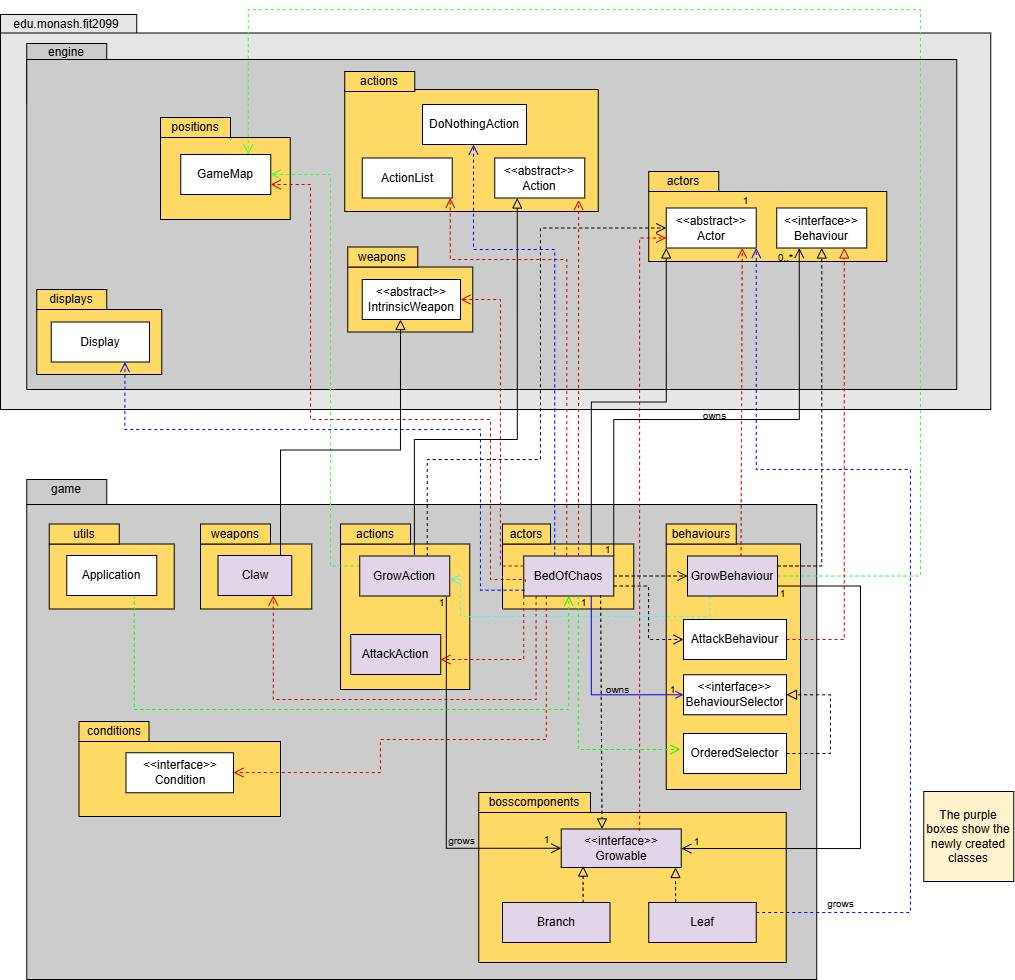
Before: docs/design/assignment3/Req2/A3_REQ2_UML.png, a diagram exported from draw.io (karmay-ong/Elden_Ring_Game). Source tidied: cells renumbered, new cells last; positions are measured from the earlier drawing's top-left corner, leaving out a move shared by most shapes.
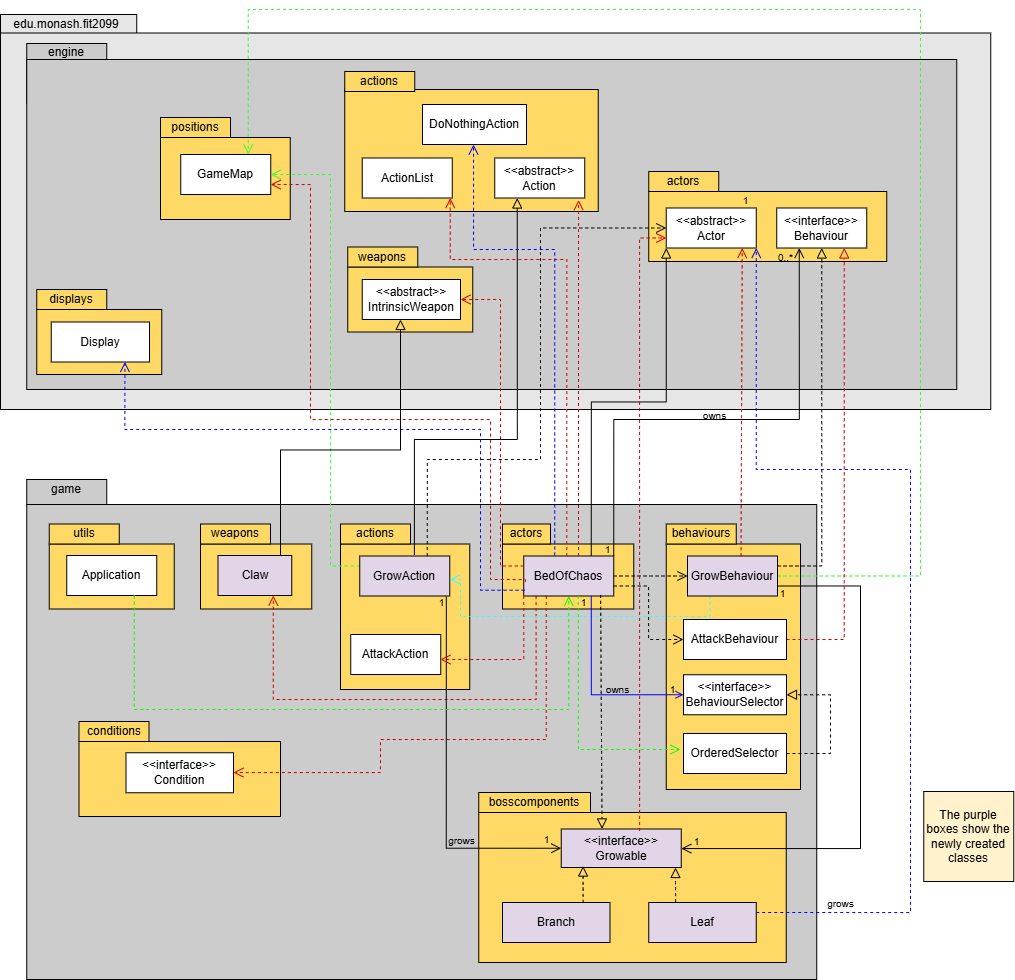
Above is the later version.

Commit message:
Updated UML diagram for REQ2

Change to the diagram source:
```diff
@@ -426,7 +426,7 @@
         </Array>
       </mxGeometry>
     </mxCell>
-    <mxCell id="101" value="AttackAction" style="rounded=0;whiteSpace=wrap;html=1;fillColor=#e1d5e7;strokeColor=#000000;" parent="1" vertex="1">
+    <mxCell id="101" value="AttackAction" style="rounded=0;whiteSpace=wrap;html=1;" parent="1" vertex="1">
       <mxGeometry x="350.2" y="625" width="90" height="40" as="geometry" />
     </mxCell>
     <mxCell id="102" style="edgeStyle=orthogonalEdgeStyle;rounded=0;jettySize=auto;html=1;exitX=0;exitY=1;exitDx=0;exitDy=0;entryX=0.997;entryY=0.625;entryDx=0;entryDy=0;entryPerimeter=0;fontSize=12;startSize=8;endSize=8;strokeColor=#CC0000;dashed=1;endArrow=open;endFill=0;" parent="1" edge="1" source="22" target="101">
```
